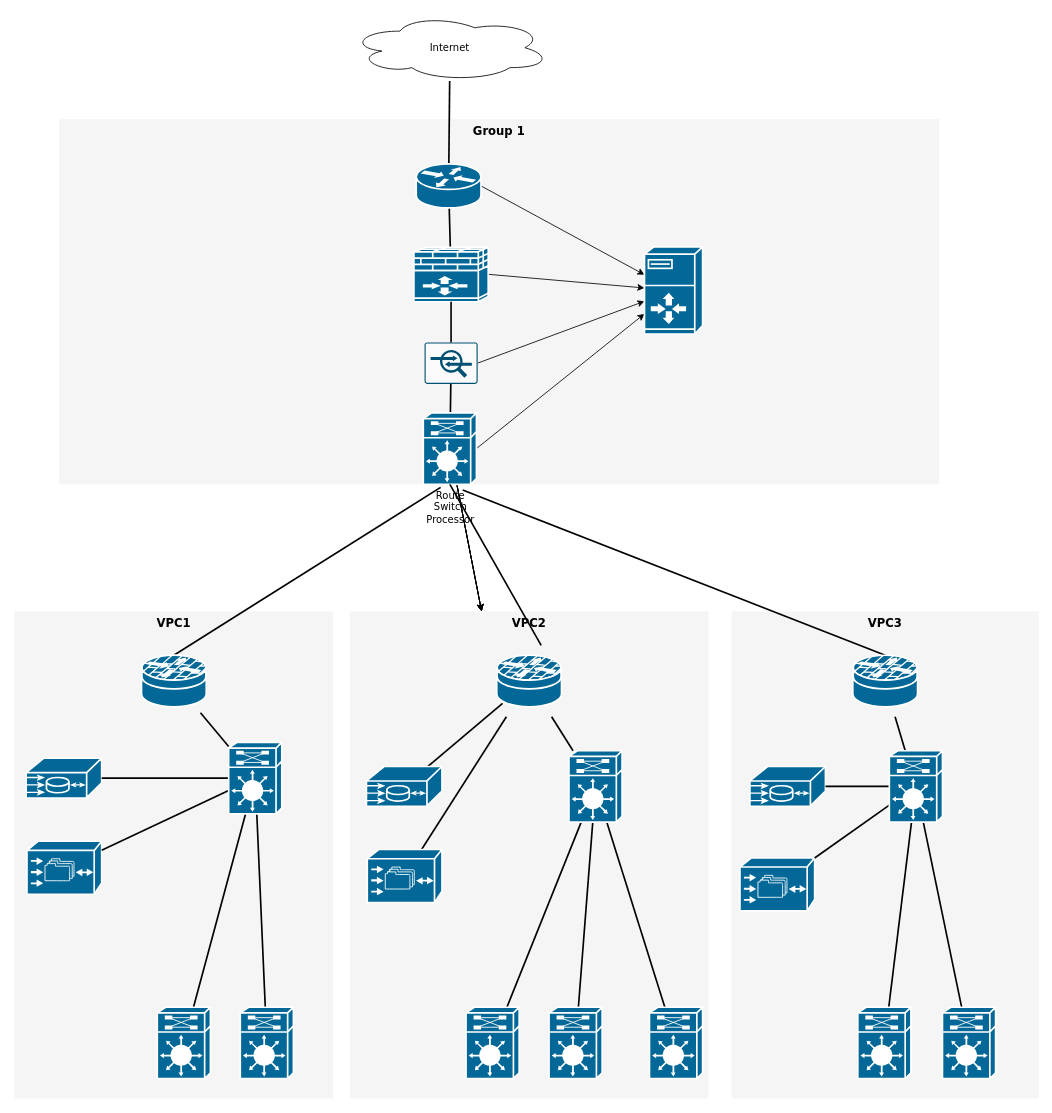
xinjing123/AzureNetworkWatcherNSGFlowLogsConnector keeps this draw.io diagram as Untitled Diagram.drawio. Above is the earlier version. Source tidied: cells renumbered, new cells numbered last; positions are measured from the earlier drawing's top-left corner, leaving out a move shared by most shapes. Both pictures are drawn from the tidied source at 83%, with x=0, y=0 at pixel (14, 14).
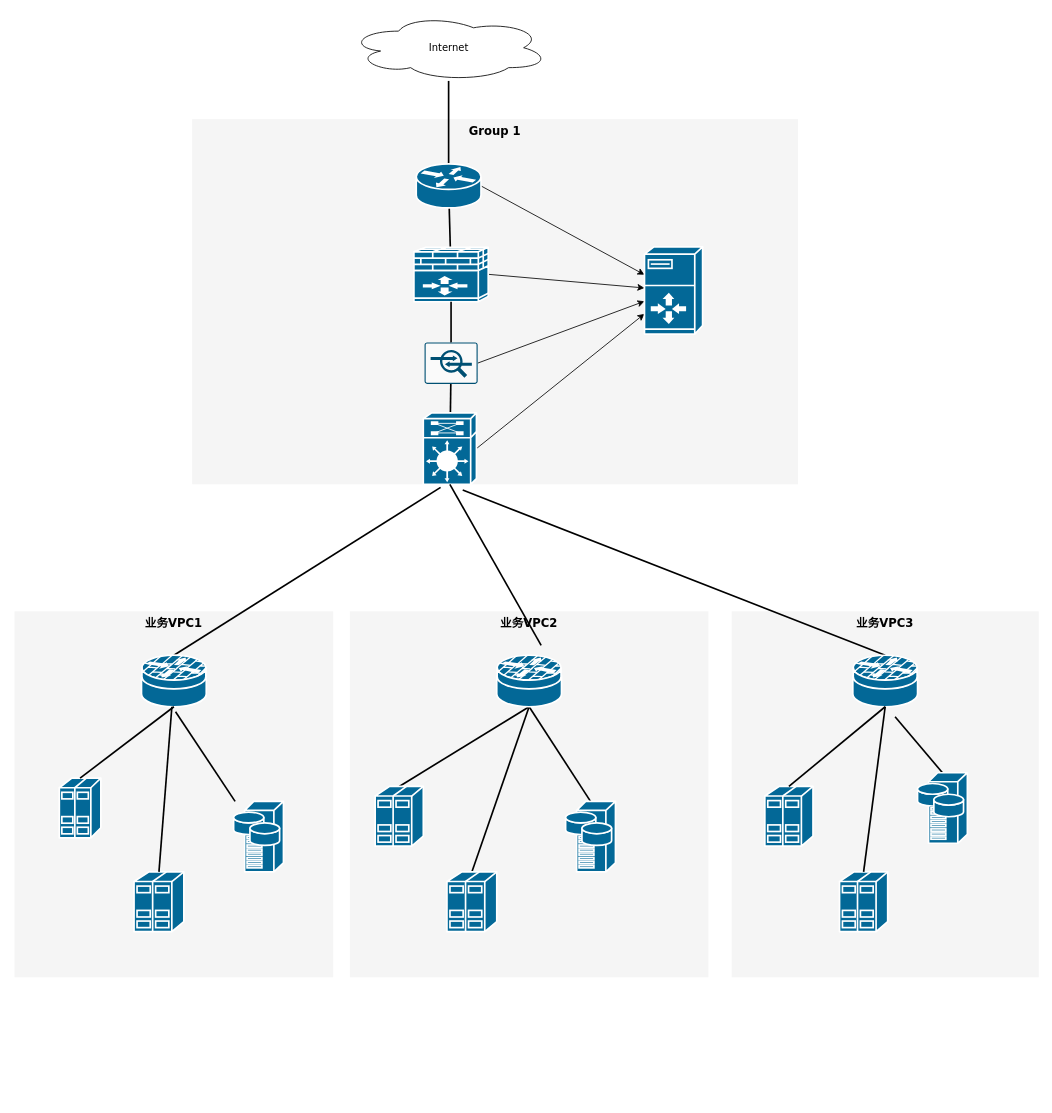
The same page after the edit.

Unchanged cells that the change refers to:
```xml
<mxCell id="61" style="shape=mxgraph.cisco.security.router_firewall;html=1;dashed=0;fillColor=#036897;strokeColor=#ffffff;strokeWidth=2;verticalLabelPosition=bottom;verticalAlign=top;align=center;outlineConnect=0;" parent="1" vertex="1">
  <mxGeometry x="153" y="772" width="78" height="62" as="geometry" />
</mxCell>
<mxCell id="62" style="shape=mxgraph.cisco.security.router_firewall;html=1;dashed=0;fillColor=#036897;strokeColor=#ffffff;strokeWidth=2;verticalLabelPosition=bottom;verticalAlign=top;align=center;outlineConnect=0;" parent="1" vertex="1">
  <mxGeometry x="581" y="772" width="78" height="62" as="geometry" />
</mxCell>
<mxCell id="63" style="shape=mxgraph.cisco.security.router_firewall;html=1;dashed=0;fillColor=#036897;strokeColor=#ffffff;strokeWidth=2;verticalLabelPosition=bottom;verticalAlign=top;align=center;outlineConnect=0;" parent="1" vertex="1">
  <mxGeometry x="1010" y="772" width="78" height="62" as="geometry" />
</mxCell>
```

What changed in the source:
```diff
@@
     <mxCell id="2" value="Group 1" style="whiteSpace=wrap;html=1;rounded=0;shadow=0;comic=0;strokeWidth=1;fontFamily=Verdana;fontSize=14;fillColor=#f5f5f5;strokeColor=none;verticalAlign=top;fontStyle=1;" parent="1" vertex="1">
-      <mxGeometry x="54" y="126" width="1060" height="440" as="geometry" />
+      <mxGeometry x="214" y="126" width="730" height="440" as="geometry" />
     </mxCell>
-    <mxCell id="3" value="VPC3" style="whiteSpace=wrap;html=1;rounded=0;shadow=0;comic=0;strokeWidth=1;fontFamily=Verdana;fontSize=14;fillColor=#f5f5f5;strokeColor=none;fontStyle=1;verticalAlign=top;" parent="1" vertex="1">
-      <mxGeometry x="864" y="719" width="370" height="587" as="geometry" />
+    <mxCell id="3" value="业务VPC3" style="whiteSpace=wrap;html=1;rounded=0;shadow=0;comic=0;strokeWidth=1;fontFamily=Verdana;fontSize=14;fillColor=#f5f5f5;strokeColor=none;fontStyle=1;verticalAlign=top;" parent="1" vertex="1">
+      <mxGeometry x="864" y="719" width="370" height="441" as="geometry" />
     </mxCell>
-    <mxCell id="4" value="VPC2" style="whiteSpace=wrap;html=1;rounded=0;shadow=0;comic=0;strokeWidth=1;fontFamily=Verdana;fontSize=14;fillColor=#f5f5f5;strokeColor=none;fontStyle=1;verticalAlign=top;" parent="1" vertex="1">
-      <mxGeometry x="404" y="719" width="432" height="587" as="geometry" />
+    <mxCell id="4" value="&lt;div&gt;业务VPC2&lt;/div&gt;" style="whiteSpace=wrap;html=1;rounded=0;shadow=0;comic=0;strokeWidth=1;fontFamily=Verdana;fontSize=14;fillColor=#f5f5f5;strokeColor=none;fontStyle=1;verticalAlign=top;" parent="1" vertex="1">
+      <mxGeometry x="404" y="719" width="432" height="441" as="geometry" />
     </mxCell>
-    <mxCell id="5" value="VPC1" style="whiteSpace=wrap;html=1;rounded=0;shadow=0;comic=0;strokeWidth=1;fontFamily=Verdana;fontSize=14;fillColor=#f5f5f5;strokeColor=none;fontStyle=1;verticalAlign=top;" parent="1" vertex="1">
-      <mxGeometry y="719" width="384" height="587" as="geometry" />
+    <mxCell id="5" value="业务VPC1" style="whiteSpace=wrap;html=1;rounded=0;shadow=0;comic=0;strokeWidth=1;fontFamily=Verdana;fontSize=14;fillColor=#f5f5f5;strokeColor=none;fontStyle=1;verticalAlign=top;" parent="1" vertex="1">
+      <mxGeometry y="719" width="384" height="441" as="geometry" />
     </mxCell>
@@
-    <mxCell id="8" style="edgeStyle=none;rounded=0;jettySize=auto;html=1;" parent="1" edge="1" source="13" target="4">
-      <mxGeometry relative="1" as="geometry" />
-    </mxCell>
-    <mxCell id="9" style="edgeStyle=none;rounded=0;jettySize=auto;html=1;" parent="1" edge="1" source="13" target="4">
-      <mxGeometry relative="1" as="geometry" />
-    </mxCell>
-    <mxCell id="10" style="edgeStyle=none;rounded=0;jettySize=auto;html=1;" parent="1" edge="1" source="13" target="4">
-      <mxGeometry relative="1" as="geometry" />
-    </mxCell>
-    <mxCell id="11" style="edgeStyle=none;rounded=0;jettySize=auto;html=1;" parent="1" edge="1" source="13" target="4">
-      <mxGeometry relative="1" as="geometry" />
-    </mxCell>
-    <mxCell id="12" style="edgeStyle=none;rounded=0;jettySize=auto;html=1;" parent="1" edge="1" source="13" target="4">
-      <mxGeometry relative="1" as="geometry" />
-    </mxCell>
-    <mxCell id="13" value="Route&lt;div&gt;Switch&lt;/div&gt;&lt;div&gt;Processor&lt;/div&gt;" style="shape=mxgraph.cisco.misc.route_switch_processor;html=1;dashed=0;fillColor=#036897;strokeColor=#ffffff;strokeWidth=2;verticalLabelPosition=bottom;verticalAlign=top;rounded=0;shadow=0;comic=0;fontFamily=Verdana;fontSize=12;" parent="1" vertex="1">
+    <mxCell id="13" style="shape=mxgraph.cisco.misc.route_switch_processor;html=1;dashed=0;fillColor=#036897;strokeColor=#ffffff;strokeWidth=2;verticalLabelPosition=bottom;verticalAlign=top;rounded=0;shadow=0;comic=0;fontFamily=Verdana;fontSize=12;" parent="1" vertex="1">
       <mxGeometry x="492.5" y="480" width="64" height="86" as="geometry" />
     </mxCell>
@@
     <mxCell id="20" value="Internet" style="ellipse;shape=cloud;whiteSpace=wrap;html=1;rounded=0;shadow=0;comic=0;strokeWidth=1;fontFamily=Verdana;fontSize=12;" parent="1" vertex="1">
-      <mxGeometry x="404" width="241" height="80" as="geometry" />
+      <mxGeometry x="402.5" width="241" height="80" as="geometry" />
     </mxCell>
-    <mxCell id="21" style="edgeStyle=none;html=1;labelBackgroundColor=none;startFill=0;endArrow=none;endFill=0;strokeWidth=2;fontFamily=Verdana;fontSize=12;" parent="1" edge="1" target="32">
+    <mxCell id="21" style="edgeStyle=none;html=1;labelBackgroundColor=none;startFill=0;endArrow=none;endFill=0;strokeWidth=2;fontFamily=Verdana;fontSize=12;" parent="1" edge="1" target="67">
       <mxGeometry relative="1" as="geometry">
-        <mxPoint x="224" y="841.2" as="sourcePoint" />
+        <mxPoint x="194" y="840" as="sourcePoint" />
       </mxGeometry>
     </mxCell>
-    <mxCell id="22" style="edgeStyle=none;html=1;labelBackgroundColor=none;startFill=0;endArrow=none;endFill=0;strokeWidth=2;fontFamily=Verdana;fontSize=12;" parent="1" edge="1" target="38">
-      <mxGeometry relative="1" as="geometry">
-        <mxPoint x="647.1" y="846" as="sourcePoint" />
-      </mxGeometry>
+    <mxCell id="22" style="edgeStyle=none;html=1;labelBackgroundColor=none;startFill=0;endArrow=none;endFill=0;strokeWidth=2;fontFamily=Verdana;fontSize=12;exitX=0.5;exitY=1;exitDx=0;exitDy=0;exitPerimeter=0;entryX=0.5;entryY=0;entryDx=0;entryDy=0;entryPerimeter=0;" parent="1" edge="1" source="62" target="69">
+      <mxGeometry relative="1" as="geometry" />
     </mxCell>
-    <mxCell id="23" style="edgeStyle=none;html=1;labelBackgroundColor=none;startFill=0;endArrow=none;endFill=0;strokeWidth=2;fontFamily=Verdana;fontSize=12;" parent="1" edge="1" target="33">
-      <mxGeometry relative="1" as="geometry">
-        <mxPoint x="588" y="830" as="sourcePoint" />
-      </mxGeometry>
+    <mxCell id="23" style="edgeStyle=none;html=1;labelBackgroundColor=none;startFill=0;endArrow=none;endFill=0;strokeWidth=2;fontFamily=Verdana;fontSize=12;exitX=0.5;exitY=1;exitDx=0;exitDy=0;exitPerimeter=0;entryX=0.5;entryY=0;entryDx=0;entryDy=0;entryPerimeter=0;" parent="1" edge="1" source="62" target="66">
+      <mxGeometry relative="1" as="geometry" />
     </mxCell>
-    <mxCell id="24" style="edgeStyle=none;html=1;labelBackgroundColor=none;startFill=0;endArrow=none;endFill=0;strokeWidth=2;fontFamily=Verdana;fontSize=12;" parent="1" edge="1" target="34">
-      <mxGeometry relative="1" as="geometry">
-        <mxPoint x="592.6" y="846" as="sourcePoint" />
-      </mxGeometry>
+    <mxCell id="24" style="edgeStyle=none;html=1;labelBackgroundColor=none;startFill=0;endArrow=none;endFill=0;strokeWidth=2;fontFamily=Verdana;fontSize=12;exitX=0.5;exitY=1;exitDx=0;exitDy=0;exitPerimeter=0;entryX=0.5;entryY=0;entryDx=0;entryDy=0;entryPerimeter=0;" parent="1" edge="1" source="62" target="68">
+      <mxGeometry relative="1" as="geometry" />
     </mxCell>
-    <mxCell id="25" style="edgeStyle=none;html=1;labelBackgroundColor=none;startFill=0;endArrow=none;endFill=0;strokeWidth=2;fontFamily=Verdana;fontSize=12;" parent="1" edge="1" target="45">
+    <mxCell id="25" style="edgeStyle=none;html=1;labelBackgroundColor=none;startFill=0;endArrow=none;endFill=0;strokeWidth=2;fontFamily=Verdana;fontSize=12;entryX=0.5;entryY=0;entryDx=0;entryDy=0;entryPerimeter=0;" parent="1" edge="1" target="72">
       <mxGeometry relative="1" as="geometry">
         <mxPoint x="1060.9" y="846" as="sourcePoint" />
       </mxGeometry>
     </mxCell>
-    <mxCell id="26" style="shape=mxgraph.cisco.misc.me1100;html=1;dashed=0;fillColor=#036897;strokeColor=#ffffff;strokeWidth=2;verticalLabelPosition=bottom;verticalAlign=top;rounded=0;shadow=0;comic=0;fontFamily=Verdana;fontSize=12;" parent="1" vertex="1">
-      <mxGeometry x="14" y="896" width="91" height="48" as="geometry" />
-    </mxCell>
-    <mxCell id="27" style="shape=mxgraph.cisco.storage.cisco_file_engine;html=1;dashed=0;fillColor=#036897;strokeColor=#ffffff;strokeWidth=2;verticalLabelPosition=bottom;verticalAlign=top;rounded=0;shadow=0;comic=0;fontFamily=Verdana;fontSize=12;" parent="1" vertex="1">
-      <mxGeometry x="15" y="996" width="90" height="64" as="geometry" />
-    </mxCell>
-    <mxCell id="28" style="edgeStyle=none;html=1;labelBackgroundColor=none;startFill=0;endArrow=none;endFill=0;strokeWidth=2;fontFamily=Verdana;fontSize=12;" parent="1" edge="1" source="32" target="26">
-      <mxGeometry relative="1" as="geometry" />
-    </mxCell>
-    <mxCell id="29" style="edgeStyle=none;html=1;labelBackgroundColor=none;startFill=0;endArrow=none;endFill=0;strokeWidth=2;fontFamily=Verdana;fontSize=12;" parent="1" edge="1" source="32" target="27">
-      <mxGeometry relative="1" as="geometry" />
-    </mxCell>
-    <mxCell id="30" style="edgeStyle=none;html=1;labelBackgroundColor=none;startFill=0;endArrow=none;endFill=0;strokeWidth=2;fontFamily=Verdana;fontSize=12;" parent="1" edge="1" source="32" target="47">
-      <mxGeometry relative="1" as="geometry" />
-    </mxCell>
-    <mxCell id="31" style="edgeStyle=none;html=1;labelBackgroundColor=none;startFill=0;endArrow=none;endFill=0;strokeWidth=2;fontFamily=Verdana;fontSize=12;" parent="1" edge="1" source="32" target="46">
-      <mxGeometry relative="1" as="geometry" />
-    </mxCell>
-    <mxCell id="32" style="shape=mxgraph.cisco.misc.route_switch_processor;html=1;dashed=0;fillColor=#036897;strokeColor=#ffffff;strokeWidth=2;verticalLabelPosition=bottom;verticalAlign=top;rounded=0;shadow=0;comic=0;fontFamily=Verdana;fontSize=12;" parent="1" vertex="1">
-      <mxGeometry x="258" y="877" width="64" height="86" as="geometry" />
-    </mxCell>
-    <mxCell id="33" style="shape=mxgraph.cisco.misc.me1100;html=1;dashed=0;fillColor=#036897;strokeColor=#ffffff;strokeWidth=2;verticalLabelPosition=bottom;verticalAlign=top;rounded=0;shadow=0;comic=0;fontFamily=Verdana;fontSize=12;" parent="1" vertex="1">
-      <mxGeometry x="424" y="906" width="91" height="48" as="geometry" />
-    </mxCell>
-    <mxCell id="34" style="shape=mxgraph.cisco.storage.cisco_file_engine;html=1;dashed=0;fillColor=#036897;strokeColor=#ffffff;strokeWidth=2;verticalLabelPosition=bottom;verticalAlign=top;rounded=0;shadow=0;comic=0;fontFamily=Verdana;fontSize=12;" parent="1" vertex="1">
-      <mxGeometry x="425" y="1006" width="90" height="64" as="geometry" />
-    </mxCell>
-    <mxCell id="35" style="edgeStyle=none;html=1;labelBackgroundColor=none;startFill=0;endArrow=none;endFill=0;strokeWidth=2;fontFamily=Verdana;fontSize=12;" parent="1" edge="1" source="38" target="50">
-      <mxGeometry relative="1" as="geometry" />
-    </mxCell>
-    <mxCell id="36" style="edgeStyle=none;html=1;labelBackgroundColor=none;startFill=0;endArrow=none;endFill=0;strokeWidth=2;fontFamily=Verdana;fontSize=12;" parent="1" edge="1" source="38" target="49">
-      <mxGeometry relative="1" as="geometry" />
-    </mxCell>
-    <mxCell id="37" style="edgeStyle=none;html=1;labelBackgroundColor=none;startFill=0;endArrow=none;endFill=0;strokeWidth=2;fontFamily=Verdana;fontSize=12;" parent="1" edge="1" source="38" target="48">
-      <mxGeometry relative="1" as="geometry" />
-    </mxCell>
-    <mxCell id="38" style="shape=mxgraph.cisco.misc.route_switch_processor;html=1;dashed=0;fillColor=#036897;strokeColor=#ffffff;strokeWidth=2;verticalLabelPosition=bottom;verticalAlign=top;rounded=0;shadow=0;comic=0;fontFamily=Verdana;fontSize=12;" parent="1" vertex="1">
-      <mxGeometry x="668" y="887" width="64" height="86" as="geometry" />
-    </mxCell>
-    <mxCell id="39" style="shape=mxgraph.cisco.misc.me1100;html=1;dashed=0;fillColor=#036897;strokeColor=#ffffff;strokeWidth=2;verticalLabelPosition=bottom;verticalAlign=top;rounded=0;shadow=0;comic=0;fontFamily=Verdana;fontSize=12;" parent="1" vertex="1">
-      <mxGeometry x="886" y="906" width="91" height="48" as="geometry" />
-    </mxCell>
-    <mxCell id="40" style="shape=mxgraph.cisco.storage.cisco_file_engine;html=1;dashed=0;fillColor=#036897;strokeColor=#ffffff;strokeWidth=2;verticalLabelPosition=bottom;verticalAlign=top;rounded=0;shadow=0;comic=0;fontFamily=Verdana;fontSize=12;" parent="1" vertex="1">
-      <mxGeometry x="874" y="1016" width="90" height="64" as="geometry" />
-    </mxCell>
-    <mxCell id="41" style="edgeStyle=none;html=1;labelBackgroundColor=none;startFill=0;endArrow=none;endFill=0;strokeWidth=2;fontFamily=Verdana;fontSize=12;" parent="1" edge="1" source="45" target="39">
-      <mxGeometry relative="1" as="geometry" />
-    </mxCell>
-    <mxCell id="42" style="edgeStyle=none;html=1;labelBackgroundColor=none;startFill=0;endArrow=none;endFill=0;strokeWidth=2;fontFamily=Verdana;fontSize=12;" parent="1" edge="1" source="45" target="40">
-      <mxGeometry relative="1" as="geometry" />
-    </mxCell>
-    <mxCell id="43" style="edgeStyle=none;html=1;labelBackgroundColor=none;startFill=0;endArrow=none;endFill=0;strokeWidth=2;fontFamily=Verdana;fontSize=12;" parent="1" edge="1" source="45" target="52">
-      <mxGeometry relative="1" as="geometry" />
-    </mxCell>
-    <mxCell id="44" style="edgeStyle=none;html=1;labelBackgroundColor=none;startFill=0;endArrow=none;endFill=0;strokeWidth=2;fontFamily=Verdana;fontSize=12;" parent="1" edge="1" source="45" target="51">
-      <mxGeometry relative="1" as="geometry" />
-    </mxCell>
-    <mxCell id="45" style="shape=mxgraph.cisco.misc.route_switch_processor;html=1;dashed=0;fillColor=#036897;strokeColor=#ffffff;strokeWidth=2;verticalLabelPosition=bottom;verticalAlign=top;rounded=0;shadow=0;comic=0;fontFamily=Verdana;fontSize=12;" parent="1" vertex="1">
-      <mxGeometry x="1054" y="887" width="64" height="86" as="geometry" />
-    </mxCell>
-    <mxCell id="46" style="shape=mxgraph.cisco.misc.route_switch_processor;html=1;dashed=0;fillColor=#036897;strokeColor=#ffffff;strokeWidth=2;verticalLabelPosition=bottom;verticalAlign=top;rounded=0;shadow=0;comic=0;fontFamily=Verdana;fontSize=12;" parent="1" vertex="1">
-      <mxGeometry x="172" y="1196" width="64" height="86" as="geometry" />
-    </mxCell>
-    <mxCell id="47" style="shape=mxgraph.cisco.misc.route_switch_processor;html=1;dashed=0;fillColor=#036897;strokeColor=#ffffff;strokeWidth=2;verticalLabelPosition=bottom;verticalAlign=top;rounded=0;shadow=0;comic=0;fontFamily=Verdana;fontSize=12;" parent="1" vertex="1">
-      <mxGeometry x="272" y="1196" width="64" height="86" as="geometry" />
-    </mxCell>
-    <mxCell id="48" style="shape=mxgraph.cisco.misc.route_switch_processor;html=1;dashed=0;fillColor=#036897;strokeColor=#ffffff;strokeWidth=2;verticalLabelPosition=bottom;verticalAlign=top;rounded=0;shadow=0;comic=0;fontFamily=Verdana;fontSize=12;" parent="1" vertex="1">
-      <mxGeometry x="544" y="1196" width="64" height="86" as="geometry" />
-    </mxCell>
-    <mxCell id="49" style="shape=mxgraph.cisco.misc.route_switch_processor;html=1;dashed=0;fillColor=#036897;strokeColor=#ffffff;strokeWidth=2;verticalLabelPosition=bottom;verticalAlign=top;rounded=0;shadow=0;comic=0;fontFamily=Verdana;fontSize=12;" parent="1" vertex="1">
-      <mxGeometry x="644" y="1196" width="64" height="86" as="geometry" />
-    </mxCell>
-    <mxCell id="50" style="shape=mxgraph.cisco.misc.route_switch_processor;html=1;dashed=0;fillColor=#036897;strokeColor=#ffffff;strokeWidth=2;verticalLabelPosition=bottom;verticalAlign=top;rounded=0;shadow=0;comic=0;fontFamily=Verdana;fontSize=12;" parent="1" vertex="1">
-      <mxGeometry x="765" y="1196" width="64" height="86" as="geometry" />
-    </mxCell>
-    <mxCell id="51" style="shape=mxgraph.cisco.misc.route_switch_processor;html=1;dashed=0;fillColor=#036897;strokeColor=#ffffff;strokeWidth=2;verticalLabelPosition=bottom;verticalAlign=top;rounded=0;shadow=0;comic=0;fontFamily=Verdana;fontSize=12;" parent="1" vertex="1">
-      <mxGeometry x="1016" y="1196" width="64" height="86" as="geometry" />
-    </mxCell>
-    <mxCell id="52" style="shape=mxgraph.cisco.misc.route_switch_processor;html=1;dashed=0;fillColor=#036897;strokeColor=#ffffff;strokeWidth=2;verticalLabelPosition=bottom;verticalAlign=top;rounded=0;shadow=0;comic=0;fontFamily=Verdana;fontSize=12;" parent="1" vertex="1">
-      <mxGeometry x="1118" y="1196" width="64" height="86" as="geometry" />
-    </mxCell>
@@
+    <mxCell id="64" style="shape=mxgraph.cisco.servers.standard_host;html=1;dashed=0;fillColor=#036897;strokeColor=#ffffff;strokeWidth=2;verticalLabelPosition=bottom;verticalAlign=top;align=center;outlineConnect=0;" parent="1" vertex="1">
+      <mxGeometry x="54" y="920" width="50" height="72" as="geometry" />
+    </mxCell>
+    <mxCell id="65" style="shape=mxgraph.cisco.servers.standard_host;html=1;dashed=0;fillColor=#036897;strokeColor=#ffffff;strokeWidth=2;verticalLabelPosition=bottom;verticalAlign=top;align=center;outlineConnect=0;" parent="1" vertex="1">
+      <mxGeometry x="144" y="1033" width="60" height="72" as="geometry" />
+    </mxCell>
+    <mxCell id="66" style="shape=mxgraph.cisco.servers.standard_host;html=1;dashed=0;fillColor=#036897;strokeColor=#ffffff;strokeWidth=2;verticalLabelPosition=bottom;verticalAlign=top;align=center;outlineConnect=0;" parent="1" vertex="1">
+      <mxGeometry x="434.5" y="930" width="58" height="72" as="geometry" />
+    </mxCell>
+    <mxCell id="67" style="shape=mxgraph.cisco.servers.storage_server;html=1;dashed=0;fillColor=#036897;strokeColor=#ffffff;strokeWidth=2;verticalLabelPosition=bottom;verticalAlign=top;align=center;outlineConnect=0;" parent="1" vertex="1">
+      <mxGeometry x="264" y="948" width="60" height="85" as="geometry" />
+    </mxCell>
+    <mxCell id="68" style="shape=mxgraph.cisco.servers.standard_host;html=1;dashed=0;fillColor=#036897;strokeColor=#ffffff;strokeWidth=2;verticalLabelPosition=bottom;verticalAlign=top;align=center;outlineConnect=0;" parent="1" vertex="1">
+      <mxGeometry x="521" y="1033" width="60" height="72" as="geometry" />
+    </mxCell>
+    <mxCell id="69" style="shape=mxgraph.cisco.servers.storage_server;html=1;dashed=0;fillColor=#036897;strokeColor=#ffffff;strokeWidth=2;verticalLabelPosition=bottom;verticalAlign=top;align=center;outlineConnect=0;" parent="1" vertex="1">
+      <mxGeometry x="664" y="948" width="60" height="85" as="geometry" />
+    </mxCell>
+    <mxCell id="70" style="shape=mxgraph.cisco.servers.standard_host;html=1;dashed=0;fillColor=#036897;strokeColor=#ffffff;strokeWidth=2;verticalLabelPosition=bottom;verticalAlign=top;align=center;outlineConnect=0;" parent="1" vertex="1">
+      <mxGeometry x="904" y="930" width="58" height="72" as="geometry" />
+    </mxCell>
+    <mxCell id="71" style="shape=mxgraph.cisco.servers.standard_host;html=1;dashed=0;fillColor=#036897;strokeColor=#ffffff;strokeWidth=2;verticalLabelPosition=bottom;verticalAlign=top;align=center;outlineConnect=0;" parent="1" vertex="1">
+      <mxGeometry x="994" y="1033" width="58" height="72" as="geometry" />
+    </mxCell>
+    <mxCell id="72" style="shape=mxgraph.cisco.servers.storage_server;html=1;dashed=0;fillColor=#036897;strokeColor=#ffffff;strokeWidth=2;verticalLabelPosition=bottom;verticalAlign=top;align=center;outlineConnect=0;" parent="1" vertex="1">
+      <mxGeometry x="1088" y="913.5" width="60" height="85" as="geometry" />
+    </mxCell>
+    <mxCell id="73" style="edgeStyle=none;html=1;labelBackgroundColor=none;startFill=0;endArrow=none;endFill=0;strokeWidth=2;fontFamily=Verdana;fontSize=12;entryX=0.5;entryY=0;entryDx=0;entryDy=0;entryPerimeter=0;exitX=0.5;exitY=1;exitDx=0;exitDy=0;exitPerimeter=0;" parent="1" edge="1" source="63" target="71">
+      <mxGeometry relative="1" as="geometry" />
+    </mxCell>
+    <mxCell id="74" style="edgeStyle=none;html=1;labelBackgroundColor=none;startFill=0;endArrow=none;endFill=0;strokeWidth=2;fontFamily=Verdana;fontSize=12;entryX=0.5;entryY=0;entryDx=0;entryDy=0;entryPerimeter=0;exitX=0.5;exitY=1;exitDx=0;exitDy=0;exitPerimeter=0;" parent="1" edge="1" source="63" target="70">
+      <mxGeometry relative="1" as="geometry" />
+    </mxCell>
+    <mxCell id="75" style="edgeStyle=none;html=1;labelBackgroundColor=none;startFill=0;endArrow=none;endFill=0;strokeWidth=2;fontFamily=Verdana;fontSize=12;entryX=0.5;entryY=0;entryDx=0;entryDy=0;entryPerimeter=0;exitX=0.5;exitY=1;exitDx=0;exitDy=0;exitPerimeter=0;" parent="1" edge="1" source="61" target="64">
+      <mxGeometry relative="1" as="geometry" />
+    </mxCell>
+    <mxCell id="76" style="edgeStyle=none;html=1;labelBackgroundColor=none;startFill=0;endArrow=none;endFill=0;strokeWidth=2;fontFamily=Verdana;fontSize=12;entryX=0.5;entryY=0;entryDx=0;entryDy=0;entryPerimeter=0;" parent="1" edge="1" source="61" target="65">
+      <mxGeometry relative="1" as="geometry" />
+    </mxCell>
```
